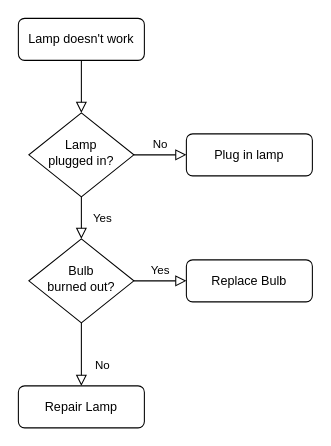
This is Untitled Diagram.drawio from Kipitup/RGB_workflow_diagram, a draw.io file, before an edit. Source tidied: cells renumbered, new cells numbered last; positions are measured from the earlier drawing's top-left corner, leaving out a move shared by most shapes. Both pictures are drawn from the tidied source at 105%, with x=0, y=0 at pixel (18, 18).
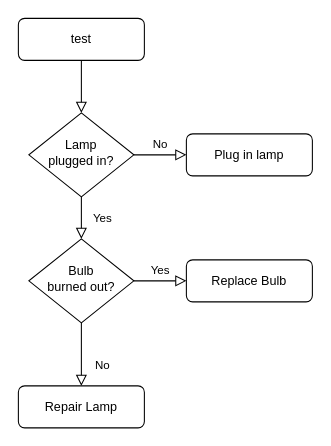
The same diagram, later.

What changed in the source:
```diff
@@
 <mxGraphModel>
   <root>
     <mxCell id="0" />
     <mxCell id="1" parent="0" />
     <mxCell id="2" style="rounded=0;html=1;jettySize=auto;fontSize=11;endArrow=block;endFill=0;endSize=8;strokeWidth=1;shadow=0;labelBackgroundColor=none;edgeStyle=orthogonalEdgeStyle;" parent="1" edge="1" source="3" target="6">
       <mxGeometry relative="1" as="geometry" />
     </mxCell>
-    <mxCell id="3" value="Lamp doesn't work" style="rounded=1;whiteSpace=wrap;html=1;fontSize=12;glass=0;strokeWidth=1;shadow=0;" parent="1" vertex="1">
+    <mxCell id="3" value="test" style="rounded=1;whiteSpace=wrap;html=1;fontSize=12;glass=0;strokeWidth=1;shadow=0;" parent="1" vertex="1">
       <mxGeometry width="120" height="40" as="geometry" />
     </mxCell>
     <mxCell id="4" value="Yes" style="rounded=0;html=1;jettySize=auto;fontSize=11;endArrow=block;endFill=0;endSize=8;strokeWidth=1;shadow=0;labelBackgroundColor=none;edgeStyle=orthogonalEdgeStyle;" parent="1" edge="1" source="6" target="10">
       <mxGeometry y="20" relative="1" as="geometry" />
     </mxCell>
     <mxCell id="5" value="No" style="edgeStyle=orthogonalEdgeStyle;rounded=0;html=1;jettySize=auto;fontSize=11;endArrow=block;endFill=0;endSize=8;strokeWidth=1;shadow=0;labelBackgroundColor=none;" parent="1" edge="1" source="6" target="7">
       <mxGeometry y="10" relative="1" as="geometry" />
     </mxCell>
     <mxCell id="6" value="Lamp&lt;br&gt;plugged in?" style="rhombus;whiteSpace=wrap;html=1;shadow=0;fontFamily=Helvetica;fontSize=12;align=center;strokeWidth=1;spacing=6;spacingTop=-4;" parent="1" vertex="1">
       <mxGeometry x="10" y="90" width="100" height="80" as="geometry" />
     </mxCell>
     <mxCell id="7" value="Plug in lamp" style="rounded=1;whiteSpace=wrap;html=1;fontSize=12;glass=0;strokeWidth=1;shadow=0;" parent="1" vertex="1">
       <mxGeometry x="160" y="110" width="120" height="40" as="geometry" />
     </mxCell>
     <mxCell id="8" value="No" style="rounded=0;html=1;jettySize=auto;fontSize=11;endArrow=block;endFill=0;endSize=8;strokeWidth=1;shadow=0;labelBackgroundColor=none;edgeStyle=orthogonalEdgeStyle;" parent="1" edge="1" source="10" target="11">
       <mxGeometry x="0.33" y="20" relative="1" as="geometry" />
     </mxCell>
     <mxCell id="9" value="Yes" style="edgeStyle=orthogonalEdgeStyle;rounded=0;html=1;jettySize=auto;fontSize=11;endArrow=block;endFill=0;endSize=8;strokeWidth=1;shadow=0;labelBackgroundColor=none;" parent="1" edge="1" source="10" target="12">
       <mxGeometry y="10" relative="1" as="geometry" />
     </mxCell>
     <mxCell id="10" value="Bulb&lt;br&gt;burned out?" style="rhombus;whiteSpace=wrap;html=1;shadow=0;fontFamily=Helvetica;fontSize=12;align=center;strokeWidth=1;spacing=6;spacingTop=-4;" parent="1" vertex="1">
       <mxGeometry x="10" y="210" width="100" height="80" as="geometry" />
     </mxCell>
     <mxCell id="11" value="Repair Lamp" style="rounded=1;whiteSpace=wrap;html=1;fontSize=12;glass=0;strokeWidth=1;shadow=0;" parent="1" vertex="1">
       <mxGeometry y="350" width="120" height="40" as="geometry" />
     </mxCell>
     <mxCell id="12" value="Replace Bulb" style="rounded=1;whiteSpace=wrap;html=1;fontSize=12;glass=0;strokeWidth=1;shadow=0;" parent="1" vertex="1">
       <mxGeometry x="160" y="230" width="120" height="40" as="geometry" />
     </mxCell>
   </root>
 </mxGraphModel>
```
